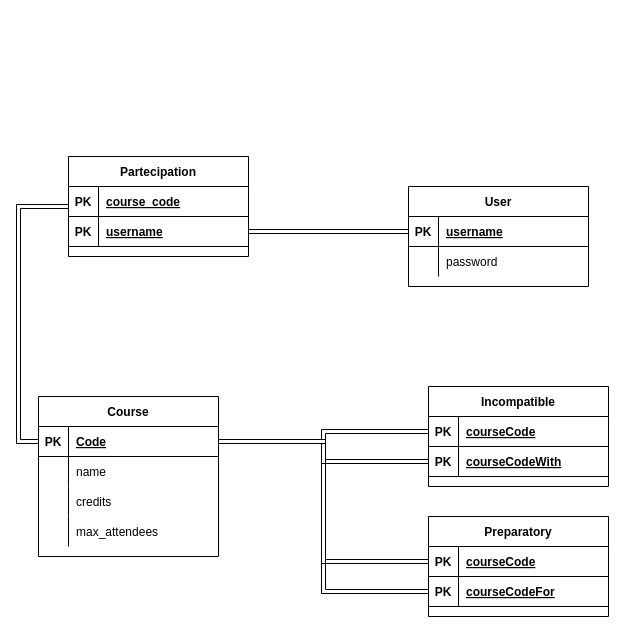
Above: server/src/data/Diagramma_Logico.drawio in aka-somix/exam-study-plan (draw.io), before the change. Source tidied: cells renumbered, new cells numbered last; positions are measured from the earlier drawing's top-left corner, leaving out a move shared by most shapes. Both pictures are drawn from the tidied source at 100%, with x=0, y=0 at pixel (38, 156).
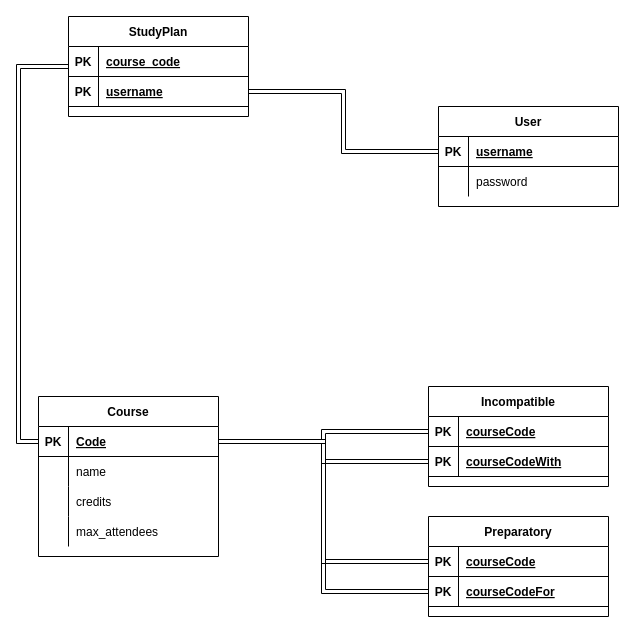
After the change.

The edit, as a diff of the source:
```diff
@@
     <mxCell id="16" value="User" style="shape=table;startSize=30;childLayout=tableLayout;rowLines=0;fontStyle=1;align=center;" parent="1" vertex="1">
-      <mxGeometry x="370" y="30" width="180" height="100" as="geometry" />
+      <mxGeometry x="400" y="-50" width="180" height="100" as="geometry" />
     </mxCell>
@@
-    <mxCell id="23" value="Partecipation" style="shape=table;startSize=30;childLayout=tableLayout;rowLines=0;fontStyle=1;align=center;" parent="1" vertex="1">
-      <mxGeometry x="30" width="180" height="100" as="geometry" />
+    <mxCell id="23" value="StudyPlan" style="shape=table;startSize=30;childLayout=tableLayout;rowLines=0;fontStyle=1;align=center;" parent="1" vertex="1">
+      <mxGeometry x="30" y="-140" width="180" height="100" as="geometry" />
     </mxCell>
```
